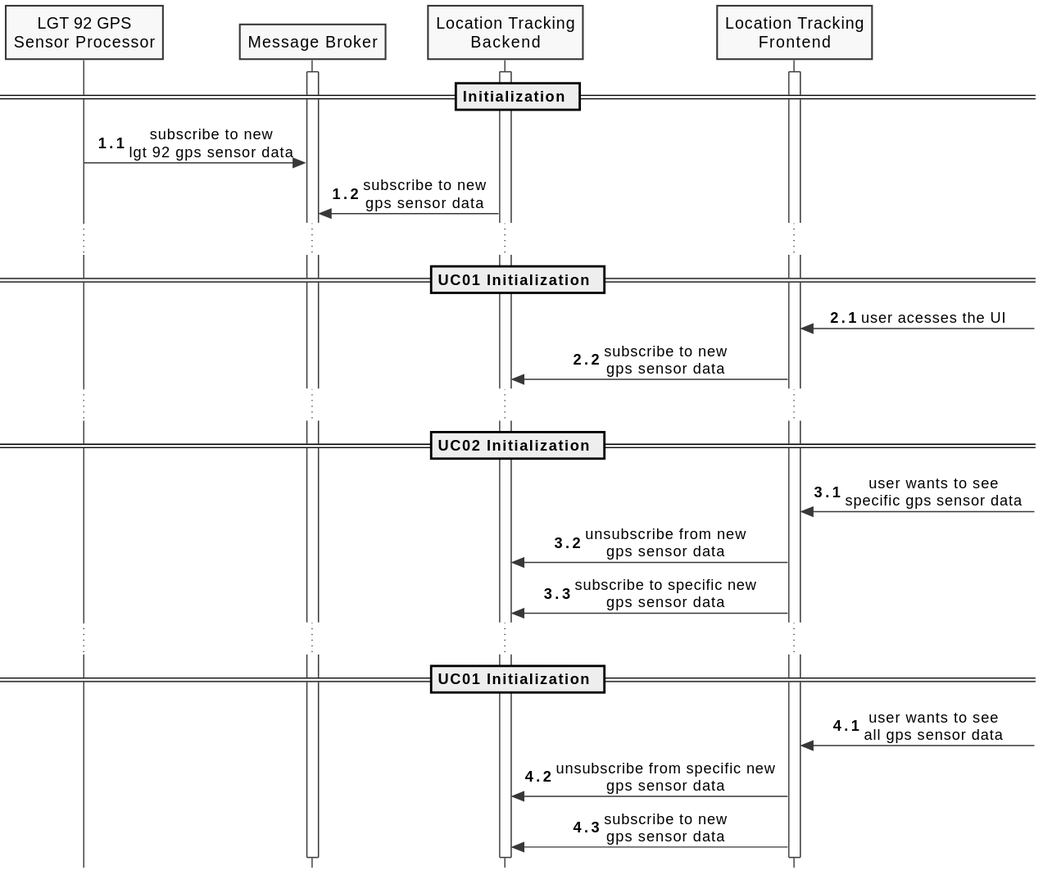
The PlantUML diagram docs/diagrams/process-view-level2-uc00.svg in FilipeMCruz/sensae-console, before a commit. Source of this version:
```plantuml
@startuml process-view-level2-uc00

skinparam Monochrome true
skinparam sequenceMessageAlign center
skinparam style strictuml
hide unlinked

autonumber 1.1

participant "Data Gateway" as DG
participant "LGT 92 GPS\nSensor Gateway" as LGT92GPSG
participant "LGT 92 GPS\nSensor Processor" as LGT92GPSP
participant "Message Broker" as MB
participant "Location Tracking\nBackend" as LTB
participant "Location Tracking\nFrontend" as LTF

activate MB
activate LTF
activate LTB

== Initialization ==
LGT92GPSP -> MB : subscribe to new\nlgt 92 gps sensor data
LTB -> MB : subscribe to new\ngps sensor data

...
== UC01 Initialization ==
autonumber inc A
LTF <- : user acesses the UI
LTF -> LTB : subscribe to new\ngps sensor data

...
== UC02 Initialization ==
autonumber inc A
LTF <- : user wants to see\nspecific gps sensor data
LTF -> LTB : unsubscribe from new\ngps sensor data
LTF -> LTB : subscribe to specific new\ngps sensor data

...
== UC01 Initialization ==
autonumber inc A
LTF <- : user wants to see\nall gps sensor data
LTF -> LTB : unsubscribe from specific new\ngps sensor data
LTF -> LTB : subscribe to new\ngps sensor data

@enduml
```
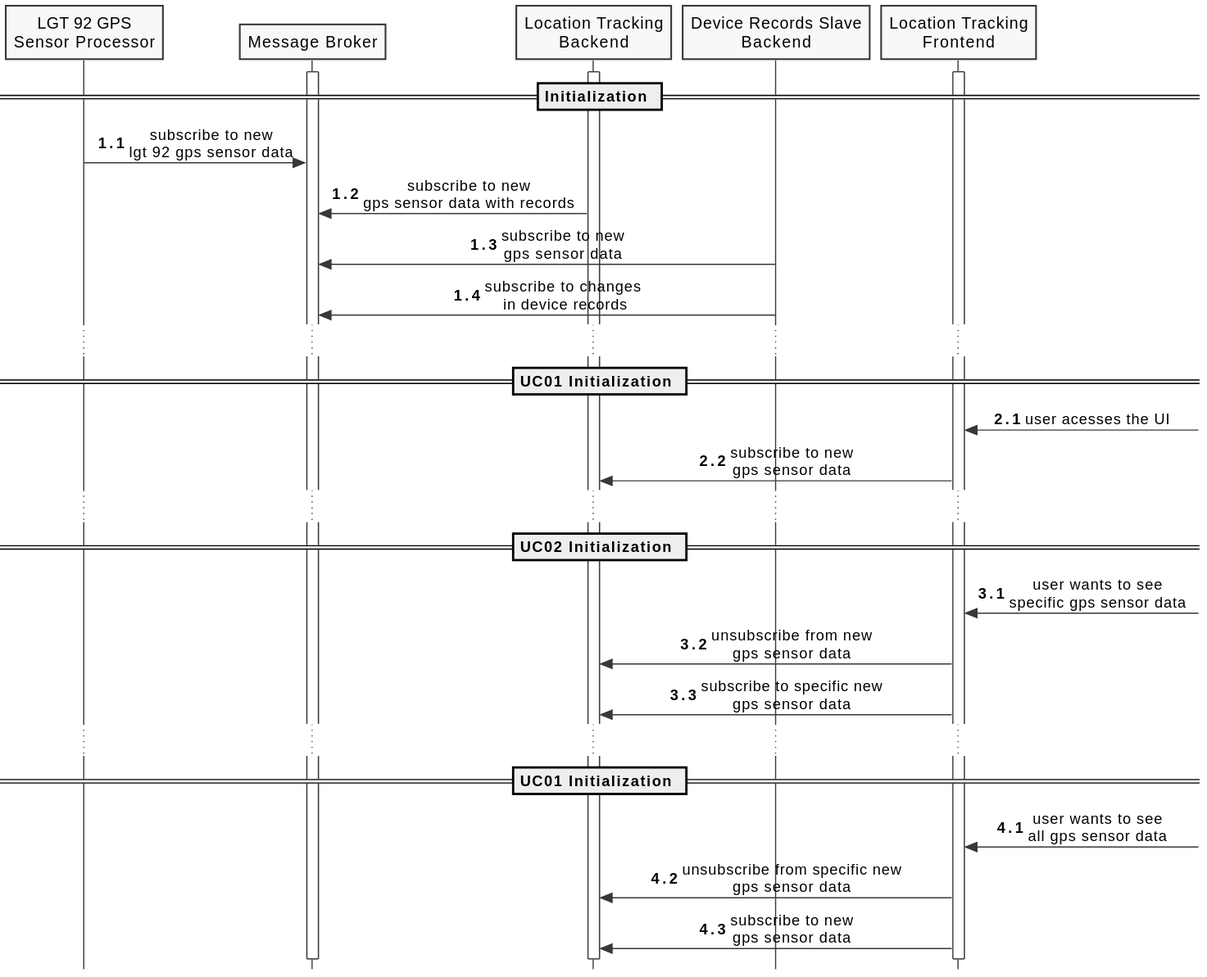
Later version of the same file.

What changed in the source:
```diff
@@ -12,6 +12,7 @@
 participant "LGT 92 GPS\nSensor Processor" as LGT92GPSP
 participant "Message Broker" as MB
 participant "Location Tracking\nBackend" as LTB
+participant "Device Records Slave\nBackend" as DRSB
 participant "Location Tracking\nFrontend" as LTF
 
 activate MB
@@ -20,7 +21,9 @@
 
 == Initialization ==
 LGT92GPSP -> MB : subscribe to new\nlgt 92 gps sensor data
-LTB -> MB : subscribe to new\ngps sensor data
+LTB -> MB : subscribe to new\ngps sensor data with records
+DRSB -> MB : subscribe to new\ngps sensor data
+DRSB -> MB : subscribe to changes\n in device records
 
 ...
 == UC01 Initialization ==
```
